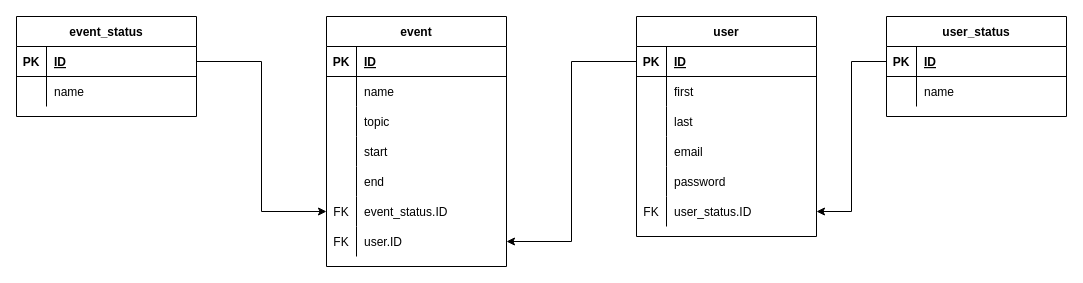
Before: plans/database_plan/Calendar_database_plan.drawio in KerteszZoltan/szakdoga, a draw.io diagram. Source tidied: cells renumbered, new cells numbered last; positions are measured from the earlier drawing's top-left corner, leaving out a move shared by most shapes. Both pictures are drawn from the tidied source at 100%, with x=0, y=0 at pixel (16, 16).
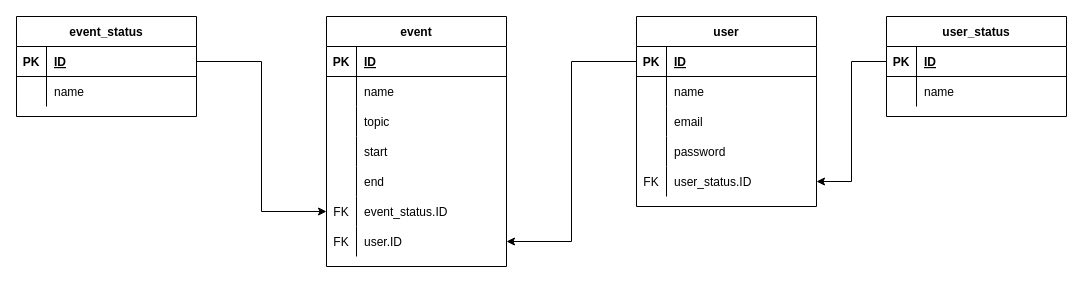
The same page after the edit.

Commit message:
first and last concat to name

Unchanged cells that the change refers to:
```xml
<mxCell id="28" style="shape=partialRectangle;fillColor=none;top=0;left=0;bottom=0;right=0;" parent="24" vertex="1">
  <mxGeometry y="60" width="180" height="30" as="geometry" />
</mxCell>
```

Change to the diagram source:
```diff
@@
     <mxCell id="24" value="user" style="shape=table;startSize=30;childLayout=tableLayout;rowLines=0;fontStyle=1;align=center;" parent="1" vertex="1">
-      <mxGeometry x="620" width="180" height="220" as="geometry" />
+      <mxGeometry x="620" width="180" height="190" as="geometry" />
     </mxCell>
@@
-    <mxCell id="30" value="first" style="shape=partialRectangle;fillColor=none;top=0;left=0;bottom=0;right=0;align=left;spacingLeft=6;overflow=hidden;" parent="28" vertex="1">
+    <mxCell id="30" value="name" style="shape=partialRectangle;fillColor=none;top=0;left=0;bottom=0;right=0;align=left;spacingLeft=6;overflow=hidden;" parent="28" vertex="1">
       <mxGeometry x="30" width="150" height="30" as="geometry" />
     </mxCell>
-    <mxCell id="31" style="shape=partialRectangle;fillColor=none;top=0;left=0;bottom=0;right=0;" parent="24" vertex="1">
-      <mxGeometry y="90" width="180" height="30" as="geometry" />
-    </mxCell>
-    <mxCell id="32" style="shape=partialRectangle;fillColor=none;top=0;left=0;bottom=0;right=0;overflow=hidden;" parent="31" vertex="1">
-      <mxGeometry width="30" height="30" as="geometry" />
-    </mxCell>
-    <mxCell id="33" value="last" style="shape=partialRectangle;fillColor=none;top=0;left=0;bottom=0;right=0;align=left;spacingLeft=6;overflow=hidden;" parent="31" vertex="1">
-      <mxGeometry x="30" width="150" height="30" as="geometry" />
-    </mxCell>
     <mxCell id="34" style="shape=partialRectangle;fillColor=none;top=0;left=0;bottom=0;right=0;" parent="24" vertex="1">
-      <mxGeometry y="120" width="180" height="30" as="geometry" />
+      <mxGeometry y="90" width="180" height="30" as="geometry" />
     </mxCell>
@@
     <mxCell id="37" style="shape=partialRectangle;fillColor=none;top=0;left=0;bottom=0;right=0;" parent="24" vertex="1">
-      <mxGeometry y="150" width="180" height="30" as="geometry" />
+      <mxGeometry y="120" width="180" height="30" as="geometry" />
     </mxCell>
@@
     <mxCell id="40" style="shape=partialRectangle;fillColor=none;top=0;left=0;bottom=0;right=0;points=[[0,0.5],[1,0.5]];portConstraint=eastwest;" parent="24" vertex="1">
-      <mxGeometry y="180" width="180" height="30" as="geometry" />
+      <mxGeometry y="150" width="180" height="30" as="geometry" />
     </mxCell>
```
